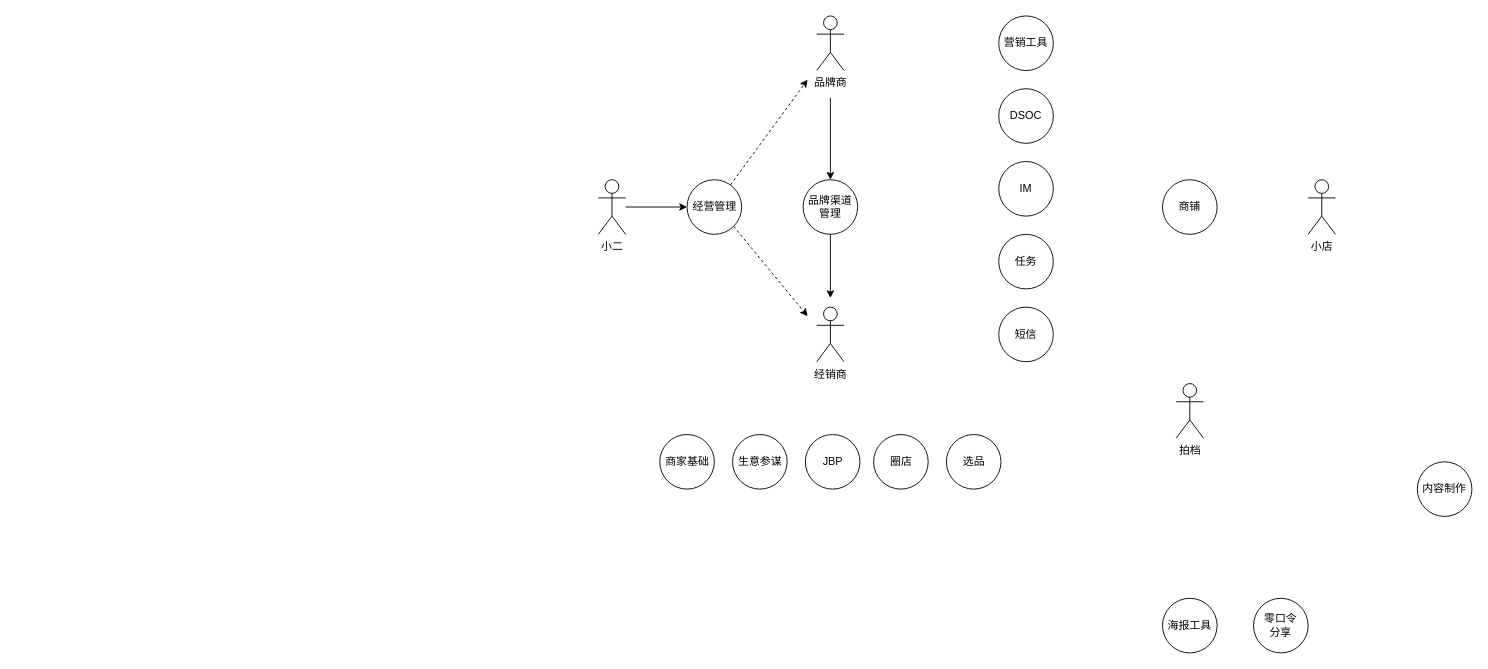
The draw.io diagram 商家&商铺业务.drawio in zzuwzj/draw, before the edit. Source tidied: cells renumbered, new cells numbered last; positions are measured from the earlier drawing's top-left corner, leaving out a move shared by most shapes. Both pictures are drawn from the tidied source at 91%, with x=0, y=0 at pixel (598, 15).
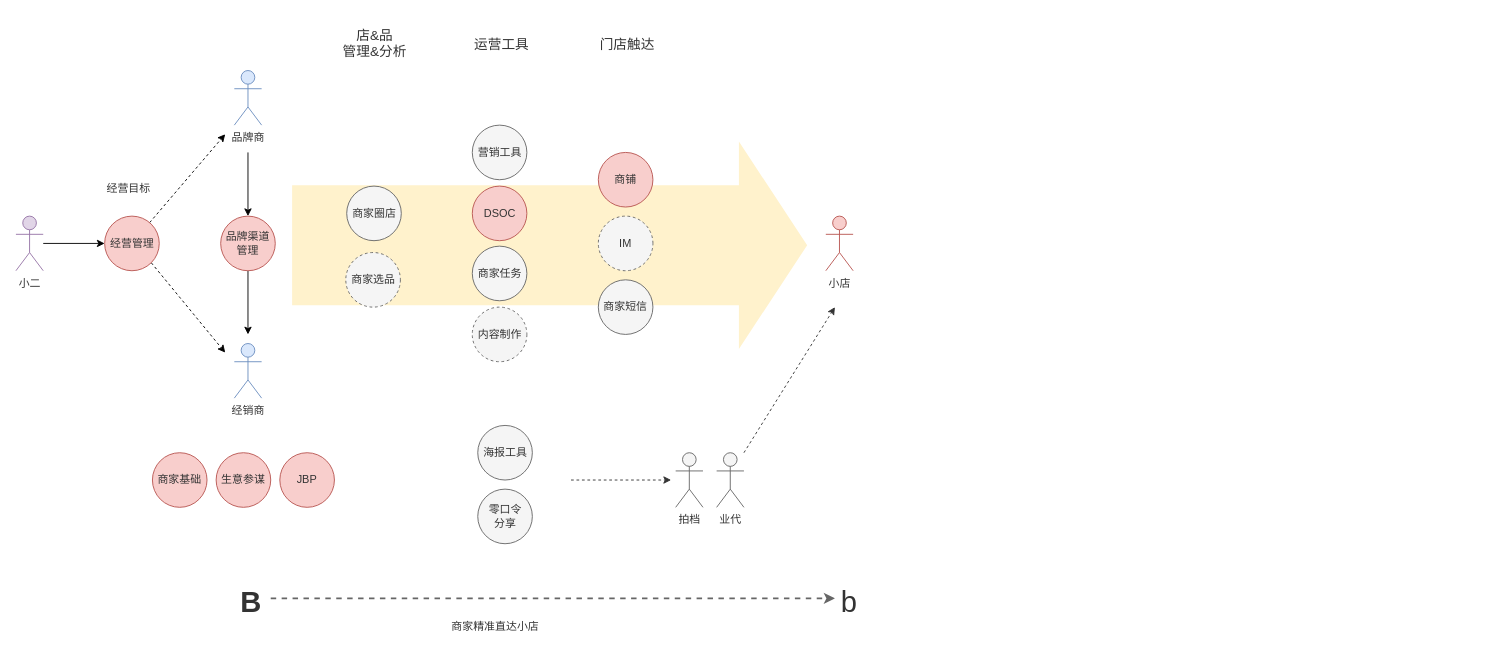
The same diagram, later.

Commit message:
Update 商家&商铺业务.drawio

The edit, as a diff of the source:
```diff
@@
+    <mxCell id="28" style="shape=flexArrow;endArrow=classic;html=1;fontSize=15;fontColor=#333333;fillColor=#FFF2CC;strokeColor=none;endWidth=95;endSize=24.67;width=132;" parent="1" edge="1">
+      <mxGeometry relative="1" as="geometry">
+        <mxPoint x="-337" y="252" as="sourcePoint" />
+        <mxPoint x="230" y="252" as="targetPoint" />
+        <Array as="points">
+          <mxPoint x="134.5" y="252" />
+        </Array>
+      </mxGeometry>
+    </mxCell>
-    <mxCell id="2" value="商铺" style="ellipse;whiteSpace=wrap;html=1;flipH=1;" parent="1" vertex="1">
-      <mxGeometry x="620" y="180" width="60" height="60" as="geometry" />
+    <mxCell id="2" value="商铺" style="ellipse;whiteSpace=wrap;html=1;flipH=0;flipV=1;fillColor=#f8cecc;strokeColor=#b85450;fontColor=#333333;" parent="1" vertex="1">
+      <mxGeometry y="150" width="60" height="60" as="geometry" />
     </mxCell>
-    <mxCell id="3" value="生意参谋" style="ellipse;whiteSpace=wrap;html=1;flipH=1;" parent="1" vertex="1">
-      <mxGeometry x="147.5" y="460" width="60" height="60" as="geometry" />
+    <mxCell id="3" value="生意参谋" style="ellipse;whiteSpace=wrap;html=1;flipH=1;fillColor=#f8cecc;strokeColor=#b85450;fontColor=#333333;" parent="1" vertex="1">
+      <mxGeometry x="-420" y="480" width="60" height="60" as="geometry" />
     </mxCell>
-    <mxCell id="4" value="JBP" style="ellipse;whiteSpace=wrap;html=1;flipH=1;" parent="1" vertex="1">
-      <mxGeometry x="227.5" y="460" width="60" height="60" as="geometry" />
+    <mxCell id="4" value="JBP" style="ellipse;whiteSpace=wrap;html=1;flipH=1;fillColor=#f8cecc;strokeColor=#b85450;fontColor=#333333;" parent="1" vertex="1">
+      <mxGeometry x="-350" y="480" width="60" height="60" as="geometry" />
     </mxCell>
-    <mxCell id="5" value="DSOC" style="ellipse;whiteSpace=wrap;html=1;flipH=1;" parent="1" vertex="1">
-      <mxGeometry x="440" y="80" width="60" height="60" as="geometry" />
+    <mxCell id="5" value="DSOC" style="ellipse;whiteSpace=wrap;html=1;flipH=0;flipV=1;fillColor=#f8cecc;strokeColor=#b85450;fontColor=#333333;" parent="1" vertex="1">
+      <mxGeometry x="-138.5" y="187" width="60" height="60" as="geometry" />
     </mxCell>
-    <mxCell id="6" style="rounded=0;jettySize=auto;html=1;dashed=1;" parent="1" edge="1" source="8">
+    <mxCell id="6" style="rounded=0;jettySize=auto;html=1;dashed=1;fontColor=#333333;" parent="1" edge="1" source="8">
       <mxGeometry relative="1" as="geometry">
-        <mxPoint x="230" y="70" as="targetPoint" />
+        <mxPoint x="-410" y="130" as="targetPoint" />
       </mxGeometry>
     </mxCell>
-    <mxCell id="7" style="edgeStyle=none;rounded=0;jettySize=auto;html=1;exitX=1;exitY=1;exitDx=0;exitDy=0;dashed=1;" parent="1" edge="1" source="8">
+    <mxCell id="7" style="edgeStyle=none;rounded=0;jettySize=auto;html=1;exitX=1;exitY=1;exitDx=0;exitDy=0;dashed=1;fontColor=#333333;" parent="1" edge="1" source="8">
       <mxGeometry relative="1" as="geometry">
-        <mxPoint x="230" y="330" as="targetPoint" />
+        <mxPoint x="-410" y="370" as="targetPoint" />
       </mxGeometry>
     </mxCell>
-    <mxCell id="8" value="经营管理" style="ellipse;whiteSpace=wrap;html=1;flipH=1;" parent="1" vertex="1">
-      <mxGeometry x="97.5" y="180" width="60" height="60" as="geometry" />
+    <mxCell id="8" value="经营管理" style="ellipse;whiteSpace=wrap;html=1;flipH=1;fillColor=#f8cecc;strokeColor=#b85450;fontColor=#333333;" parent="1" vertex="1">
+      <mxGeometry x="-542.5" y="220" width="60" height="60" as="geometry" />
     </mxCell>
-    <mxCell id="9" value="营销工具" style="ellipse;whiteSpace=wrap;html=1;" parent="1" vertex="1">
-      <mxGeometry x="440" width="60" height="60" as="geometry" />
+    <mxCell id="9" value="营销工具" style="ellipse;whiteSpace=wrap;html=1;flipV=1;flipH=0;fillColor=#f5f5f5;strokeColor=#666666;fontColor=#333333;" parent="1" vertex="1">
+      <mxGeometry x="-138.5" y="120" width="60" height="60" as="geometry" />
     </mxCell>
-    <mxCell id="10" value="任务" style="ellipse;whiteSpace=wrap;html=1;" parent="1" vertex="1">
-      <mxGeometry x="440" y="240" width="60" height="60" as="geometry" />
+    <mxCell id="10" value="商家短信" style="ellipse;whiteSpace=wrap;html=1;flipV=1;flipH=0;fillColor=#f5f5f5;strokeColor=#666666;fontColor=#333333;" parent="1" vertex="1">
+      <mxGeometry y="290" width="60" height="60" as="geometry" />
     </mxCell>
-    <mxCell id="11" value="短信" style="ellipse;whiteSpace=wrap;html=1;" parent="1" vertex="1">
-      <mxGeometry x="440" y="320" width="60" height="60" as="geometry" />
+    <mxCell id="11" value="商家任务" style="ellipse;whiteSpace=wrap;html=1;flipV=1;flipH=0;fillColor=#f5f5f5;strokeColor=#666666;fontColor=#333333;" parent="1" vertex="1">
+      <mxGeometry x="-138.5" y="253" width="60" height="60" as="geometry" />
     </mxCell>
-    <mxCell id="12" value="海报工具" style="ellipse;whiteSpace=wrap;html=1;" parent="1" vertex="1">
-      <mxGeometry x="620" y="640" width="60" height="60" as="geometry" />
+    <mxCell id="12" value="海报工具" style="ellipse;whiteSpace=wrap;html=1;fillColor=#f5f5f5;strokeColor=#666666;fontColor=#333333;" parent="1" vertex="1">
+      <mxGeometry x="-132.5" y="450" width="60" height="60" as="geometry" />
     </mxCell>
+    <mxCell id="29" style="edgeStyle=none;rounded=0;orthogonalLoop=1;jettySize=auto;html=1;fontSize=12;fontColor=#333333;dashed=1;strokeColor=#333333;" parent="1" edge="1">
+      <mxGeometry relative="1" as="geometry">
+        <mxPoint x="-30" y="510" as="sourcePoint" />
+        <mxPoint x="80" y="510" as="targetPoint" />
+      </mxGeometry>
+    </mxCell>
-    <mxCell id="13" value="零口令&lt;br&gt;分享" style="ellipse;whiteSpace=wrap;html=1;" parent="1" vertex="1">
-      <mxGeometry x="720" y="640" width="60" height="60" as="geometry" />
+    <mxCell id="13" value="零口令&lt;br&gt;分享" style="ellipse;whiteSpace=wrap;html=1;fillColor=#f5f5f5;strokeColor=#666666;fontColor=#333333;" parent="1" vertex="1">
+      <mxGeometry x="-132.5" y="520" width="60" height="60" as="geometry" />
     </mxCell>
-    <mxCell id="14" value="内容制作" style="ellipse;whiteSpace=wrap;html=1;" parent="1" vertex="1">
-      <mxGeometry x="900" y="490" width="60" height="60" as="geometry" />
+    <mxCell id="14" value="内容制作" style="ellipse;whiteSpace=wrap;html=1;fillColor=#f5f5f5;strokeColor=#666666;fontColor=#333333;dashed=1;" parent="1" vertex="1">
+      <mxGeometry x="-138.5" y="320" width="60" height="60" as="geometry" />
     </mxCell>
-    <mxCell id="15" value="IM" style="ellipse;whiteSpace=wrap;html=1;" parent="1" vertex="1">
-      <mxGeometry x="440" y="160" width="60" height="60" as="geometry" />
+    <mxCell id="15" value="IM" style="ellipse;whiteSpace=wrap;html=1;flipV=1;flipH=0;fillColor=#f5f5f5;strokeColor=#666666;fontColor=#333333;dashed=1;" parent="1" vertex="1">
+      <mxGeometry y="220" width="60" height="60" as="geometry" />
     </mxCell>
-    <mxCell id="16" value="圈店" style="ellipse;whiteSpace=wrap;html=1;" parent="1" vertex="1">
-      <mxGeometry x="302.5" y="460" width="60" height="60" as="geometry" />
+    <mxCell id="16" value="商家圈店" style="ellipse;whiteSpace=wrap;html=1;fillColor=#f5f5f5;strokeColor=#666666;fontColor=#333333;" parent="1" vertex="1">
+      <mxGeometry x="-276.5" y="187" width="60" height="60" as="geometry" />
     </mxCell>
-    <mxCell id="17" value="选品" style="ellipse;whiteSpace=wrap;html=1;" parent="1" vertex="1">
-      <mxGeometry x="382.5" y="460" width="60" height="60" as="geometry" />
+    <mxCell id="17" value="商家选品" style="ellipse;whiteSpace=wrap;html=1;fillColor=#f5f5f5;strokeColor=#666666;fontColor=#333333;dashed=1;" parent="1" vertex="1">
+      <mxGeometry x="-277.5" y="260" width="60" height="60" as="geometry" />
     </mxCell>
-    <mxCell id="18" style="edgeStyle=none;rounded=0;jettySize=auto;html=1;entryX=0.5;entryY=0;entryDx=0;entryDy=0;" parent="1" edge="1" target="27">
+    <mxCell id="18" style="edgeStyle=none;rounded=0;jettySize=auto;html=1;entryX=0.5;entryY=0;entryDx=0;entryDy=0;fontColor=#333333;" parent="1" edge="1" target="27">
       <mxGeometry relative="1" as="geometry">
-        <mxPoint x="255" y="90" as="sourcePoint" />
+        <mxPoint x="-385" y="150" as="sourcePoint" />
       </mxGeometry>
     </mxCell>
-    <mxCell id="19" value="品牌商" style="shape=umlActor;verticalLabelPosition=bottom;labelBackgroundColor=#ffffff;verticalAlign=top;html=1;" parent="1" vertex="1">
-      <mxGeometry x="240" width="30" height="60" as="geometry" />
+    <mxCell id="19" value="品牌商" style="shape=umlActor;verticalLabelPosition=bottom;labelBackgroundColor=#ffffff;verticalAlign=top;html=1;fillColor=#dae8fc;strokeColor=#6c8ebf;fontColor=#333333;" parent="1" vertex="1">
+      <mxGeometry x="-400" y="60" width="30" height="60" as="geometry" />
     </mxCell>
-    <mxCell id="20" value="商家基础" style="ellipse;whiteSpace=wrap;html=1;flipH=1;" parent="1" vertex="1">
-      <mxGeometry x="67.5" y="460" width="60" height="60" as="geometry" />
+    <mxCell id="20" value="商家基础" style="ellipse;whiteSpace=wrap;html=1;flipH=1;fillColor=#f8cecc;strokeColor=#b85450;fontColor=#333333;" parent="1" vertex="1">
+      <mxGeometry x="-490" y="480" width="60" height="60" as="geometry" />
     </mxCell>
-    <mxCell id="21" value="经销商" style="shape=umlActor;verticalLabelPosition=bottom;labelBackgroundColor=#ffffff;verticalAlign=top;html=1;" parent="1" vertex="1">
-      <mxGeometry x="240" y="320" width="30" height="60" as="geometry" />
+    <mxCell id="21" value="经销商" style="shape=umlActor;verticalLabelPosition=bottom;labelBackgroundColor=#ffffff;verticalAlign=top;html=1;fillColor=#dae8fc;strokeColor=#6c8ebf;fontColor=#333333;" parent="1" vertex="1">
+      <mxGeometry x="-400" y="360" width="30" height="60" as="geometry" />
     </mxCell>
-    <mxCell id="22" value="小店" style="shape=umlActor;verticalLabelPosition=bottom;labelBackgroundColor=#ffffff;verticalAlign=top;html=1;" parent="1" vertex="1">
-      <mxGeometry x="780" y="180" width="30" height="60" as="geometry" />
+    <mxCell id="22" value="小店" style="shape=umlActor;verticalLabelPosition=bottom;labelBackgroundColor=#ffffff;verticalAlign=top;html=1;fillColor=#f8cecc;strokeColor=#b85450;fontColor=#333333;" parent="1" vertex="1">
+      <mxGeometry x="250" y="220" width="30" height="60" as="geometry" />
     </mxCell>
-    <mxCell id="23" value="拍档" style="shape=umlActor;verticalLabelPosition=bottom;labelBackgroundColor=#ffffff;verticalAlign=top;html=1;" parent="1" vertex="1">
-      <mxGeometry x="635" y="404" width="30" height="60" as="geometry" />
+    <mxCell id="23" value="拍档" style="shape=umlActor;verticalLabelPosition=bottom;labelBackgroundColor=#ffffff;verticalAlign=top;html=1;fillColor=#f5f5f5;strokeColor=#666666;fontColor=#333333;" parent="1" vertex="1">
+      <mxGeometry x="85" y="480" width="30" height="60" as="geometry" />
     </mxCell>
-    <mxCell id="24" style="edgeStyle=orthogonalEdgeStyle;rounded=0;jettySize=auto;html=1;" parent="1" edge="1" source="25" target="8">
+    <mxCell id="24" style="edgeStyle=orthogonalEdgeStyle;rounded=0;jettySize=auto;html=1;fontColor=#333333;" parent="1" edge="1" source="25" target="8">
       <mxGeometry relative="1" as="geometry" />
     </mxCell>
-    <mxCell id="25" value="小二" style="shape=umlActor;verticalLabelPosition=bottom;labelBackgroundColor=#ffffff;verticalAlign=top;html=1;outlineConnect=0;" parent="1" vertex="1">
-      <mxGeometry y="180" width="30" height="60" as="geometry" />
+    <mxCell id="25" value="小二" style="shape=umlActor;verticalLabelPosition=bottom;labelBackgroundColor=#ffffff;verticalAlign=top;html=1;outlineConnect=0;fillColor=#e1d5e7;strokeColor=#9673a6;fontColor=#333333;" parent="1" vertex="1">
+      <mxGeometry x="-640" y="220" width="30" height="60" as="geometry" />
     </mxCell>
-    <mxCell id="26" style="edgeStyle=none;rounded=0;jettySize=auto;html=1;exitX=0.5;exitY=1;exitDx=0;exitDy=0;" parent="1" edge="1" source="27">
+    <mxCell id="26" style="edgeStyle=none;rounded=0;jettySize=auto;html=1;exitX=0.5;exitY=1;exitDx=0;exitDy=0;fontColor=#333333;" parent="1" edge="1" source="27">
       <mxGeometry relative="1" as="geometry">
-        <mxPoint x="255" y="310" as="targetPoint" />
+        <mxPoint x="-385" y="350" as="targetPoint" />
       </mxGeometry>
     </mxCell>
-    <mxCell id="27" value="品牌渠道管理" style="ellipse;whiteSpace=wrap;html=1;flipH=1;" parent="1" vertex="1">
-      <mxGeometry x="225" y="180" width="60" height="60" as="geometry" />
+    <mxCell id="27" value="品牌渠道管理" style="ellipse;whiteSpace=wrap;html=1;flipH=1;fillColor=#f8cecc;strokeColor=#b85450;fontColor=#333333;" parent="1" vertex="1">
+      <mxGeometry x="-415" y="220" width="60" height="60" as="geometry" />
     </mxCell>
+    <mxCell id="30" value="业代" style="shape=umlActor;verticalLabelPosition=bottom;labelBackgroundColor=#ffffff;verticalAlign=top;html=1;fillColor=#f5f5f5;strokeColor=#666666;fontColor=#333333;" parent="1" vertex="1">
+      <mxGeometry x="130" y="480" width="30" height="60" as="geometry" />
+    </mxCell>
+    <mxCell id="31" value="门店触达" style="text;html=1;align=left;verticalAlign=top;spacingTop=-4;fontSize=15;fontColor=#333333;" parent="1" vertex="1">
+      <mxGeometry y="20" width="60" height="20" as="geometry" />
+    </mxCell>
+    <mxCell id="32" value="运营工具" style="text;html=1;align=left;verticalAlign=top;spacingTop=-4;fontSize=15;fontColor=#333333;" parent="1" vertex="1">
+      <mxGeometry x="-138.5" y="20" width="60" height="20" as="geometry" />
+    </mxCell>
+    <mxCell id="33" value="店&amp;amp;品&lt;br style=&quot;font-size: 15px;&quot;&gt;管理&amp;amp;分析" style="text;html=1;align=center;verticalAlign=top;spacingTop=-4;fontSize=15;fontColor=#333333;" parent="1" vertex="1">
+      <mxGeometry x="-281.5" y="10" width="70" height="30" as="geometry" />
+    </mxCell>
+    <mxCell id="34" value="经营目标" style="text;html=1;align=left;verticalAlign=top;spacingTop=-4;fontSize=12;fontColor=#333333;" parent="1" vertex="1">
+      <mxGeometry x="-542.5" y="180" width="60" height="20" as="geometry" />
+    </mxCell>
+    <mxCell id="35" style="endArrow=classic;html=1;fontSize=12;fontColor=#333333;dashed=1;strokeColor=#333333;" parent="1" edge="1">
+      <mxGeometry relative="1" as="geometry">
+        <mxPoint x="160" y="480" as="sourcePoint" />
+        <mxPoint x="260" y="320" as="targetPoint" />
+      </mxGeometry>
+    </mxCell>
+    <mxCell id="36" value="B" style="text;html=1;align=left;verticalAlign=top;spacingTop=-4;fontSize=32;fontColor=#333333;fontStyle=1;" parent="1" vertex="1">
+      <mxGeometry x="-395" y="622" width="20" height="20" as="geometry" />
+    </mxCell>
+    <mxCell id="37" style="endArrow=classic;html=1;dashed=1;strokeColor=#666666;fillColor=#FFF2CC;fontSize=12;fontColor=#333333;strokeWidth=2;" parent="1" edge="1">
+      <mxGeometry relative="1" as="geometry">
+        <mxPoint x="-360" y="640" as="sourcePoint" />
+        <mxPoint x="260" y="640" as="targetPoint" />
+      </mxGeometry>
+    </mxCell>
+    <mxCell id="38" value="b" style="text;html=1;align=left;verticalAlign=top;spacingTop=-4;fontSize=32;fontColor=#333333;" parent="1" vertex="1">
+      <mxGeometry x="265" y="622" width="20" height="20" as="geometry" />
+    </mxCell>
+    <mxCell id="39" value="&lt;span style=&quot;font-size: 12px&quot;&gt;商家精准直达小店&lt;/span&gt;" style="text;html=1;align=left;verticalAlign=top;spacingTop=-4;fontSize=32;fontColor=#333333;" parent="1" vertex="1">
+      <mxGeometry x="-163.5" y="642" width="110" height="50" as="geometry" />
+    </mxCell>
```
